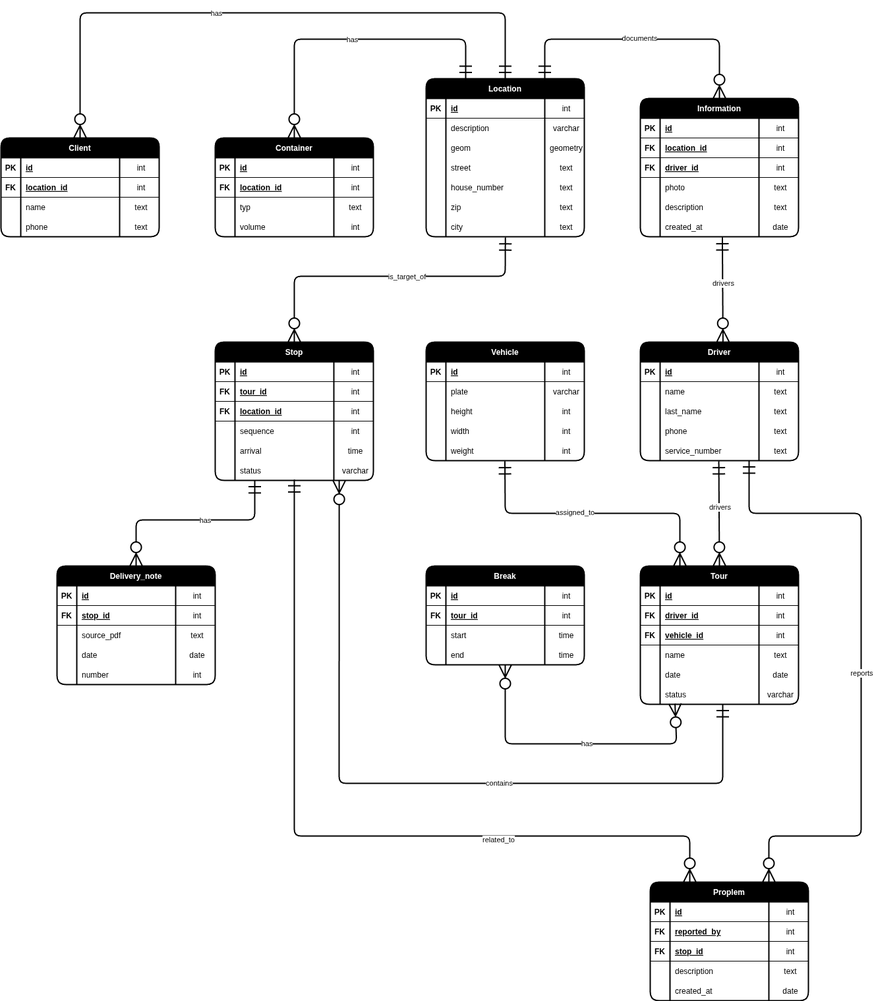
This is docs/database/erd.drawio.png from gabrielbindi/VoBi-Tour, a draw.io export, as it was before one commit. Source tidied: cells renumbered, new cells last; positions are measured from the earlier drawing's top-left corner, leaving out a move shared by most shapes.
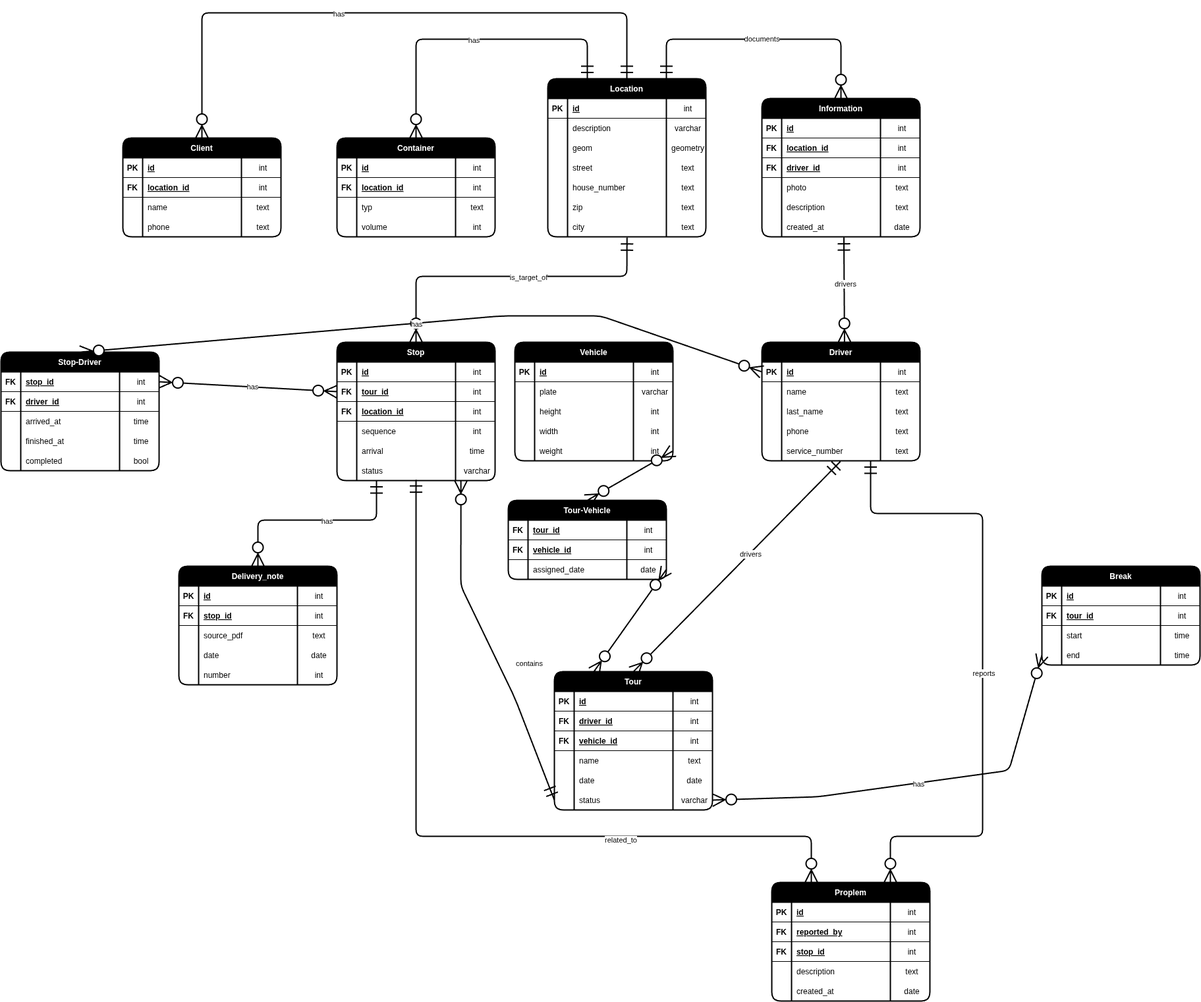
Above is the later version.

Commit message:
#26 between tables created

What changed in the source:
```diff
@@ -66,7 +66,7 @@
       <mxGeometry x="180" width="60" height="30" as="geometry" />
     </mxCell>
     <mxCell id="23" value="Tour" style="shape=table;startSize=30;rowLines=0;fontStyle=1;align=center;swimlaneFillColor=none;fillColor=#000000;fontColor=#FFFFFF;strokeWidth=2;rounded=1;" parent="1" vertex="1">
-      <mxGeometry x="970" y="840" width="240" height="210" as="geometry" />
+      <mxGeometry x="655" y="1000" width="240" height="210" as="geometry" />
     </mxCell>
     <mxCell id="24" style="shape=tableRow;horizontal=0;startSize=0;swimlaneHead=0;swimlaneBody=0;fillColor=none;top=0;left=0;right=0;bottom=1;" parent="23" vertex="1">
       <mxGeometry y="30" width="240" height="30" as="geometry" />
@@ -147,7 +147,7 @@
       <mxGeometry x="-0.13" y="1" relative="1" as="geometry" />
     </mxCell>
     <mxCell id="50" value="Break" style="shape=table;startSize=30;rowLines=0;fontStyle=1;align=center;swimlaneFillColor=none;fillColor=#000000;fontColor=#FFFFFF;strokeWidth=2;rounded=1;" parent="1" vertex="1">
-      <mxGeometry x="645" y="840" width="240" height="150" as="geometry" />
+      <mxGeometry x="1395" y="840" width="240" height="150" as="geometry" />
     </mxCell>
     <mxCell id="51" style="shape=tableRow;horizontal=0;startSize=0;swimlaneHead=0;swimlaneBody=0;fillColor=none;top=0;left=0;right=0;bottom=1;" parent="50" vertex="1">
       <mxGeometry y="30" width="240" height="30" as="geometry" />
@@ -197,12 +197,11 @@
     <mxCell id="66" value="time" style="shape=partialRectangle;fillColor=none;top=0;left=0;bottom=0;right=0;align=center;spacingLeft=6;overflow=hidden;" parent="63" vertex="1">
       <mxGeometry x="180" width="60" height="30" as="geometry" />
     </mxCell>
-    <mxCell id="67" style="fontSize=12;html=1;endArrow=ERzeroToMany;endFill=1;startArrow=ERzeroToMany;endSize=16;startSize=16;strokeWidth=2;entryX=0.219;entryY=0.959;entryDx=0;entryDy=0;entryPerimeter=0;" parent="1" edge="1" target="44">
+    <mxCell id="67" style="fontSize=12;html=1;endArrow=ERzeroToMany;endFill=1;startArrow=ERzeroToMany;endSize=16;startSize=16;strokeWidth=2;entryX=1;entryY=0.5;entryDx=0;entryDy=0;exitX=0;exitY=0.5;exitDx=0;exitDy=0;" parent="1" edge="1" source="63" target="44">
       <mxGeometry relative="1" as="geometry">
-        <mxPoint x="765" y="990" as="sourcePoint" />
         <Array as="points">
-          <mxPoint x="765" y="1110" />
-          <mxPoint x="1025" y="1110" />
+          <mxPoint x="1345" y="1150" />
+          <mxPoint x="1055" y="1190" />
         </Array>
       </mxGeometry>
     </mxCell>
@@ -291,7 +290,7 @@
       </mxGeometry>
     </mxCell>
     <mxCell id="92" value="Vehicle" style="shape=table;startSize=30;rowLines=0;fontStyle=1;align=center;swimlaneFillColor=none;fillColor=#000000;fontColor=#FFFFFF;strokeWidth=2;rounded=1;" parent="1" vertex="1">
-      <mxGeometry x="645" y="500" width="240" height="180" as="geometry" />
+      <mxGeometry x="595" y="500" width="240" height="180" as="geometry" />
     </mxCell>
     <mxCell id="93" style="shape=tableRow;horizontal=0;startSize=0;swimlaneHead=0;swimlaneBody=0;fillColor=none;top=0;left=0;right=0;bottom=1;" parent="92" vertex="1">
       <mxGeometry y="30" width="240" height="30" as="geometry" />
@@ -353,18 +352,6 @@
     <mxCell id="112" value="int" style="shape=partialRectangle;fillColor=none;top=0;left=0;bottom=0;right=0;align=center;spacingLeft=6;overflow=hidden;" parent="109" vertex="1">
       <mxGeometry x="180" width="60" height="30" as="geometry" />
     </mxCell>
-    <mxCell id="113" style="fontSize=12;html=1;endArrow=ERzeroToMany;startArrow=ERmandOne;entryX=0.25;entryY=0;entryDx=0;entryDy=0;endSize=16;startSize=16;targetPerimeterSpacing=0;strokeWidth=2;exitX=0.496;exitY=1.037;exitDx=0;exitDy=0;exitPerimeter=0;" parent="1" edge="1" target="23">
-      <mxGeometry relative="1" as="geometry">
-        <mxPoint x="764.5" y="681.1" as="sourcePoint" />
-        <Array as="points">
-          <mxPoint x="765" y="760" />
-          <mxPoint x="1030" y="760" />
-        </Array>
-      </mxGeometry>
-    </mxCell>
-    <mxCell id="114" value="assigned_to" style="edgeLabel;html=1;align=center;verticalAlign=middle;" parent="113" vertex="1">
-      <mxGeometry x="-0.13" y="1" relative="1" as="geometry" />
-    </mxCell>
     <mxCell id="115" value="Information" style="shape=table;startSize=30;rowLines=0;fontStyle=1;align=center;swimlaneFillColor=none;fillColor=#000000;fontColor=#FFFFFF;strokeWidth=2;rounded=1;" parent="1" vertex="1">
       <mxGeometry x="970" y="130" width="240" height="210" as="geometry" />
     </mxCell>
@@ -851,12 +838,11 @@
     <mxCell id="262" value="has" style="edgeLabel;html=1;align=center;verticalAlign=middle;" parent="261" vertex="1">
       <mxGeometry x="-0.13" y="1" relative="1" as="geometry" />
     </mxCell>
-    <mxCell id="263" style="fontSize=12;html=1;endArrow=ERzeroToMany;startArrow=ERmandOne;entryX=0.784;entryY=1.004;entryDx=0;entryDy=0;endSize=16;startSize=16;targetPerimeterSpacing=0;strokeWidth=2;exitX=0.496;exitY=1.037;exitDx=0;exitDy=0;exitPerimeter=0;entryPerimeter=0;" parent="1" edge="1" target="232">
+    <mxCell id="263" style="fontSize=12;html=1;endArrow=ERzeroToMany;startArrow=ERmandOne;entryX=0.784;entryY=1.004;entryDx=0;entryDy=0;endSize=16;startSize=16;targetPerimeterSpacing=0;strokeWidth=2;exitX=0;exitY=0.5;exitDx=0;exitDy=0;entryPerimeter=0;" parent="1" edge="1" source="44" target="232">
       <mxGeometry relative="1" as="geometry">
-        <mxPoint x="1095" y="1050" as="sourcePoint" />
         <Array as="points">
-          <mxPoint x="1095" y="1170" />
-          <mxPoint x="513" y="1170" />
+          <mxPoint x="595" y="1040" />
+          <mxPoint x="513" y="870" />
         </Array>
       </mxGeometry>
     </mxCell>
@@ -865,5 +851,134 @@
         <mxPoint x="47" y="-1" as="offset" />
       </mxGeometry>
     </mxCell>
+    <mxCell id="265" value="Stop-Driver" style="shape=table;startSize=30;rowLines=0;fontStyle=1;align=center;swimlaneFillColor=none;fillColor=#000000;fontColor=#FFFFFF;strokeWidth=2;rounded=1;" parent="1" vertex="1">
+      <mxGeometry x="-185" y="515" width="240" height="180" as="geometry" />
+    </mxCell>
+    <mxCell id="266" style="shape=tableRow;horizontal=0;startSize=0;swimlaneHead=0;swimlaneBody=0;fillColor=none;points=[[0,0.5],[1,0.5]];portConstraint=eastwest;top=0;left=0;right=0;bottom=1;" parent="265" vertex="1">
+      <mxGeometry y="30" width="240" height="30" as="geometry" />
+    </mxCell>
+    <mxCell id="267" value="FK" style="shape=partialRectangle;fillColor=none;top=0;left=0;bottom=0;right=0;fontStyle=1;overflow=hidden;" parent="266" vertex="1">
+      <mxGeometry width="30" height="30" as="geometry" />
+    </mxCell>
+    <mxCell id="268" value="stop_id" style="shape=partialRectangle;fillColor=none;top=0;left=0;bottom=0;right=0;align=left;spacingLeft=6;fontStyle=5;overflow=hidden;" parent="266" vertex="1">
+      <mxGeometry x="30" width="150" height="30" as="geometry" />
+    </mxCell>
+    <mxCell id="269" value="int" style="shape=partialRectangle;fillColor=none;top=0;left=0;bottom=0;right=0;align=center;spacingLeft=6;fontStyle=0;overflow=hidden;" parent="266" vertex="1">
+      <mxGeometry x="180" width="60" height="30" as="geometry" />
+    </mxCell>
+    <mxCell id="270" style="shape=tableRow;horizontal=0;startSize=0;swimlaneHead=0;swimlaneBody=0;fillColor=none;top=0;left=0;right=0;bottom=1;" parent="265" vertex="1">
+      <mxGeometry y="60" width="240" height="30" as="geometry" />
+    </mxCell>
+    <mxCell id="271" value="FK" style="shape=partialRectangle;fillColor=none;top=0;left=0;bottom=0;right=0;fontStyle=1;overflow=hidden;" parent="270" vertex="1">
+      <mxGeometry width="30" height="30" as="geometry" />
+    </mxCell>
+    <mxCell id="272" value="driver_id" style="shape=partialRectangle;fillColor=none;top=0;left=0;bottom=0;right=0;align=left;spacingLeft=6;fontStyle=5;overflow=hidden;" parent="270" vertex="1">
+      <mxGeometry x="30" width="150" height="30" as="geometry" />
+    </mxCell>
+    <mxCell id="273" value="int" style="shape=partialRectangle;fillColor=none;top=0;left=0;bottom=0;right=0;align=center;spacingLeft=6;fontStyle=0;overflow=hidden;" parent="270" vertex="1">
+      <mxGeometry x="180" width="60" height="30" as="geometry" />
+    </mxCell>
+    <mxCell id="274" style="shape=tableRow;horizontal=0;startSize=0;swimlaneHead=0;swimlaneBody=0;fillColor=none;top=0;left=0;right=0;bottom=0;" parent="265" vertex="1">
+      <mxGeometry y="90" width="240" height="30" as="geometry" />
+    </mxCell>
+    <mxCell id="275" style="shape=partialRectangle;fillColor=none;top=0;left=0;bottom=0;right=0;overflow=hidden;" parent="274" vertex="1">
+      <mxGeometry width="30" height="30" as="geometry" />
+    </mxCell>
+    <mxCell id="276" value="arrived_at" style="shape=partialRectangle;fillColor=none;top=0;left=0;bottom=0;right=0;align=left;spacingLeft=6;overflow=hidden;" parent="274" vertex="1">
+      <mxGeometry x="30" width="150" height="30" as="geometry" />
+    </mxCell>
+    <mxCell id="277" value="time" style="shape=partialRectangle;fillColor=none;top=0;left=0;bottom=0;right=0;align=center;spacingLeft=6;overflow=hidden;" parent="274" vertex="1">
+      <mxGeometry x="180" width="60" height="30" as="geometry" />
+    </mxCell>
+    <mxCell id="278" style="shape=tableRow;horizontal=0;startSize=0;swimlaneHead=0;swimlaneBody=0;fillColor=none;top=0;left=0;right=0;bottom=0;" parent="265" vertex="1">
+      <mxGeometry y="120" width="240" height="30" as="geometry" />
+    </mxCell>
+    <mxCell id="279" style="shape=partialRectangle;fillColor=none;top=0;left=0;bottom=0;right=0;overflow=hidden;" parent="278" vertex="1">
+      <mxGeometry width="30" height="30" as="geometry" />
+    </mxCell>
+    <mxCell id="280" value="finished_at" style="shape=partialRectangle;fillColor=none;top=0;left=0;bottom=0;right=0;align=left;spacingLeft=6;overflow=hidden;" parent="278" vertex="1">
+      <mxGeometry x="30" width="150" height="30" as="geometry" />
+    </mxCell>
+    <mxCell id="281" value="time" style="shape=partialRectangle;fillColor=none;top=0;left=0;bottom=0;right=0;align=center;spacingLeft=6;overflow=hidden;" parent="278" vertex="1">
+      <mxGeometry x="180" width="60" height="30" as="geometry" />
+    </mxCell>
+    <mxCell id="282" style="shape=tableRow;horizontal=0;startSize=0;swimlaneHead=0;swimlaneBody=0;fillColor=none;top=0;left=0;right=0;bottom=0;" parent="265" vertex="1">
+      <mxGeometry y="150" width="240" height="30" as="geometry" />
+    </mxCell>
+    <mxCell id="283" style="shape=partialRectangle;fillColor=none;top=0;left=0;bottom=0;right=0;overflow=hidden;" parent="282" vertex="1">
+      <mxGeometry width="30" height="30" as="geometry" />
+    </mxCell>
+    <mxCell id="284" value="completed" style="shape=partialRectangle;fillColor=none;top=0;left=0;bottom=0;right=0;align=left;spacingLeft=6;overflow=hidden;" parent="282" vertex="1">
+      <mxGeometry x="30" width="150" height="30" as="geometry" />
+    </mxCell>
+    <mxCell id="285" value="bool" style="shape=partialRectangle;fillColor=none;top=0;left=0;bottom=0;right=0;align=center;spacingLeft=6;overflow=hidden;" parent="282" vertex="1">
+      <mxGeometry x="180" width="60" height="30" as="geometry" />
+    </mxCell>
+    <mxCell id="286" style="fontSize=12;html=1;endArrow=ERzeroToMany;endFill=1;startArrow=ERzeroToMany;endSize=16;startSize=16;strokeWidth=2;entryX=0.5;entryY=0;entryDx=0;entryDy=0;exitX=0;exitY=0.5;exitDx=0;exitDy=0;" parent="1" edge="1" source="3" target="265">
+      <mxGeometry relative="1" as="geometry">
+        <Array as="points">
+          <mxPoint x="725" y="460" />
+          <mxPoint x="575" y="460" />
+        </Array>
+      </mxGeometry>
+    </mxCell>
+    <mxCell id="287" value="has" style="edgeLabel;html=1;align=center;verticalAlign=middle;" parent="286" vertex="1">
+      <mxGeometry x="0.05" relative="1" as="geometry">
+        <mxPoint x="12" as="offset" />
+      </mxGeometry>
+    </mxCell>
+    <mxCell id="288" style="fontSize=12;html=1;endArrow=ERzeroToMany;endFill=1;startArrow=ERzeroToMany;endSize=16;startSize=16;strokeWidth=2;entryX=1;entryY=0.5;entryDx=0;entryDy=0;exitX=0;exitY=0.5;exitDx=0;exitDy=0;" parent="1" edge="1" source="216" target="266">
+      <mxGeometry relative="1" as="geometry" />
+    </mxCell>
+    <mxCell id="289" value="has" style="edgeLabel;html=1;align=center;verticalAlign=middle;" parent="288" vertex="1">
+      <mxGeometry x="0.05" relative="1" as="geometry">
+        <mxPoint x="12" as="offset" />
+      </mxGeometry>
+    </mxCell>
+    <mxCell id="290" value="Tour-Vehicle" style="shape=table;startSize=30;rowLines=0;fontStyle=1;align=center;swimlaneFillColor=none;fillColor=#000000;fontColor=#FFFFFF;strokeWidth=2;rounded=1;" parent="1" vertex="1">
+      <mxGeometry x="585" y="740" width="240" height="120" as="geometry" />
+    </mxCell>
+    <mxCell id="291" style="shape=tableRow;horizontal=0;startSize=0;swimlaneHead=0;swimlaneBody=0;fillColor=none;top=0;left=0;right=0;bottom=1;" parent="290" vertex="1">
+      <mxGeometry y="30" width="240" height="30" as="geometry" />
+    </mxCell>
+    <mxCell id="292" value="FK" style="shape=partialRectangle;fillColor=none;top=0;left=0;bottom=0;right=0;fontStyle=1;overflow=hidden;" parent="291" vertex="1">
+      <mxGeometry width="30" height="30" as="geometry" />
+    </mxCell>
+    <mxCell id="293" value="tour_id" style="shape=partialRectangle;fillColor=none;top=0;left=0;bottom=0;right=0;align=left;spacingLeft=6;fontStyle=5;overflow=hidden;" parent="291" vertex="1">
+      <mxGeometry x="30" width="150" height="30" as="geometry" />
+    </mxCell>
+    <mxCell id="294" value="int" style="shape=partialRectangle;fillColor=none;top=0;left=0;bottom=0;right=0;align=center;spacingLeft=6;fontStyle=0;overflow=hidden;" parent="291" vertex="1">
+      <mxGeometry x="180" width="60" height="30" as="geometry" />
+    </mxCell>
+    <mxCell id="295" style="shape=tableRow;horizontal=0;startSize=0;swimlaneHead=0;swimlaneBody=0;fillColor=none;top=0;left=0;right=0;bottom=1;" parent="290" vertex="1">
+      <mxGeometry y="60" width="240" height="30" as="geometry" />
+    </mxCell>
+    <mxCell id="296" value="FK" style="shape=partialRectangle;fillColor=none;top=0;left=0;bottom=0;right=0;fontStyle=1;overflow=hidden;" parent="295" vertex="1">
+      <mxGeometry width="30" height="30" as="geometry" />
+    </mxCell>
+    <mxCell id="297" value="vehicle_id" style="shape=partialRectangle;fillColor=none;top=0;left=0;bottom=0;right=0;align=left;spacingLeft=6;fontStyle=5;overflow=hidden;" parent="295" vertex="1">
+      <mxGeometry x="30" width="150" height="30" as="geometry" />
+    </mxCell>
+    <mxCell id="298" value="int" style="shape=partialRectangle;fillColor=none;top=0;left=0;bottom=0;right=0;align=center;spacingLeft=6;fontStyle=0;overflow=hidden;" parent="295" vertex="1">
+      <mxGeometry x="180" width="60" height="30" as="geometry" />
+    </mxCell>
+    <mxCell id="299" style="shape=tableRow;horizontal=0;startSize=0;swimlaneHead=0;swimlaneBody=0;fillColor=none;points=[[0,0.5],[1,0.5]];portConstraint=eastwest;top=0;left=0;right=0;bottom=0;" parent="290" vertex="1">
+      <mxGeometry y="90" width="240" height="30" as="geometry" />
+    </mxCell>
+    <mxCell id="300" style="shape=partialRectangle;fillColor=none;top=0;left=0;bottom=0;right=0;overflow=hidden;" parent="299" vertex="1">
+      <mxGeometry width="30" height="30" as="geometry" />
+    </mxCell>
+    <mxCell id="301" value="assigned_date" style="shape=partialRectangle;fillColor=none;top=0;left=0;bottom=0;right=0;align=left;spacingLeft=6;overflow=hidden;" parent="299" vertex="1">
+      <mxGeometry x="30" width="150" height="30" as="geometry" />
+    </mxCell>
+    <mxCell id="302" value="date" style="shape=partialRectangle;fillColor=none;top=0;left=0;bottom=0;right=0;align=center;spacingLeft=6;overflow=hidden;" parent="299" vertex="1">
+      <mxGeometry x="180" width="60" height="30" as="geometry" />
+    </mxCell>
+    <mxCell id="303" style="fontSize=12;html=1;endArrow=ERzeroToMany;endFill=1;startArrow=ERzeroToMany;endSize=16;startSize=16;strokeWidth=2;entryX=0.5;entryY=0;entryDx=0;entryDy=0;exitX=1;exitY=0.5;exitDx=0;exitDy=0;" parent="1" edge="1" source="109" target="290">
+      <mxGeometry relative="1" as="geometry" />
+    </mxCell>
+    <mxCell id="304" style="fontSize=12;html=1;endArrow=ERzeroToMany;endFill=1;startArrow=ERzeroToMany;endSize=16;startSize=16;strokeWidth=2;entryX=1;entryY=0.5;entryDx=0;entryDy=0;exitX=0.25;exitY=0;exitDx=0;exitDy=0;" parent="1" edge="1" source="23" target="299">
+      <mxGeometry relative="1" as="geometry" />
+    </mxCell>
   </root>
 </mxGraphModel>
```
